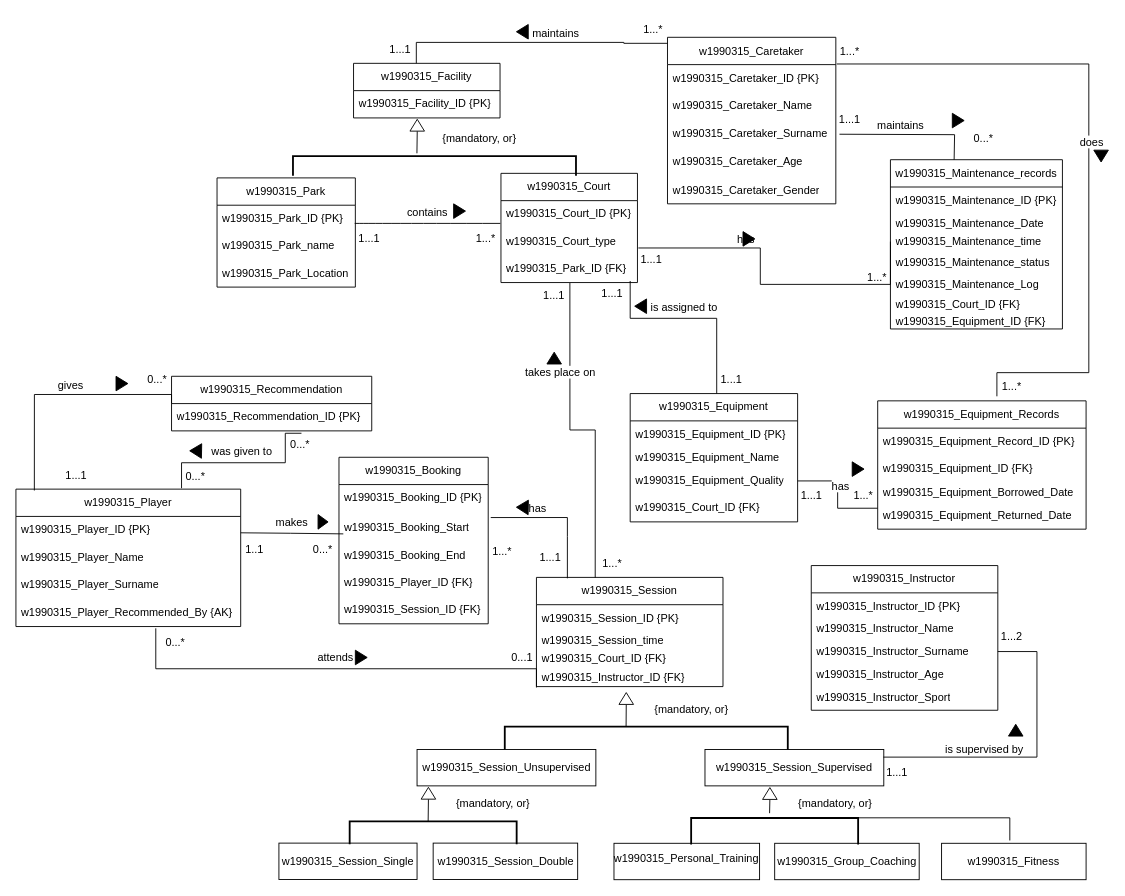
This is page "Strona-1" (1 of 3) of DB_cwk.drawio from frajdzia/DB_cwk, a draw.io file, before an edit. Source tidied: cells renumbered, new cells numbered last; positions are measured from the earlier drawing's top-left corner, leaving out a move shared by most shapes. Both pictures are drawn from the tidied source at 91%, with x=0, y=0 at pixel (15, 15).
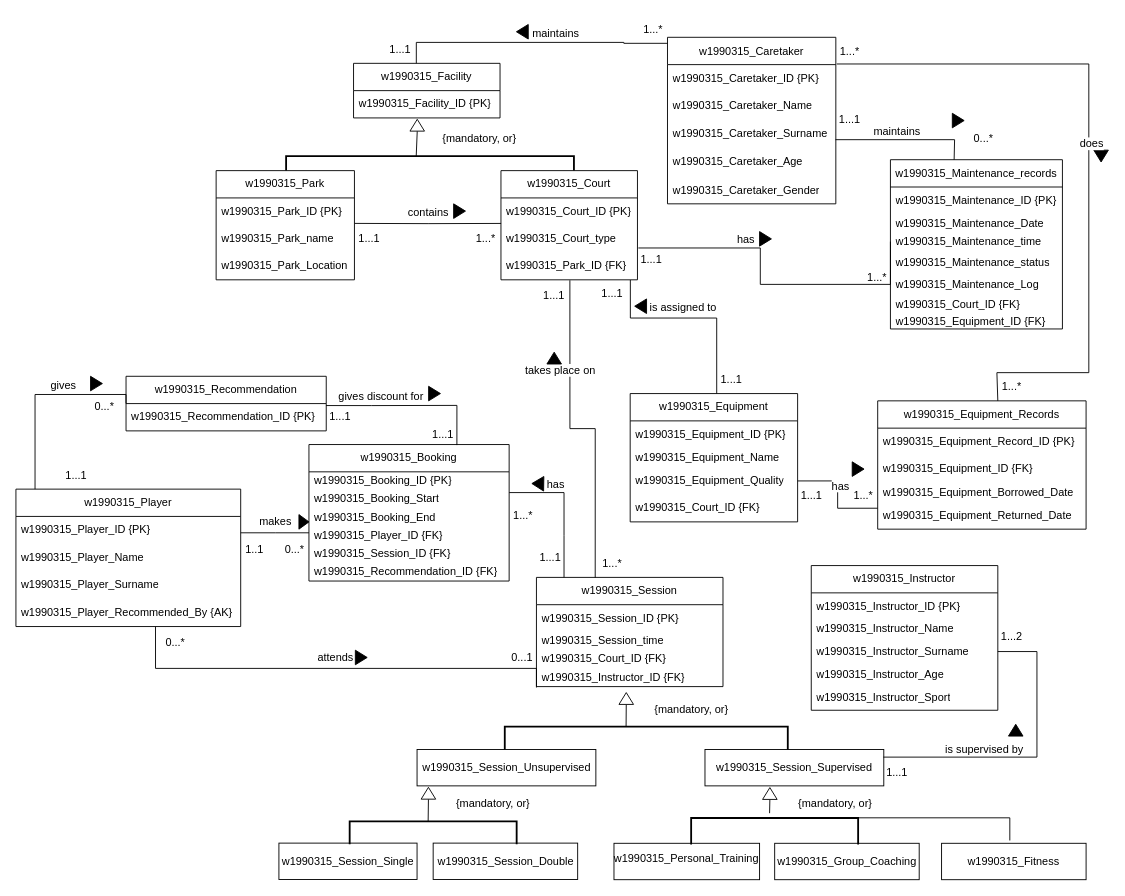
After the change.

Unchanged cells that the change refers to:
```xml
<mxCell id="5" value="&lt;span style=&quot;text-align: center;&quot;&gt;w1990315_&lt;/span&gt;Caretaker_Surname" style="text;strokeColor=none;fillColor=none;align=left;verticalAlign=middle;spacingLeft=4;spacingRight=4;overflow=hidden;points=[[0,0.5],[1,0.5]];portConstraint=eastwest;whiteSpace=wrap;html=1;" parent="2" vertex="1">
  <mxGeometry y="90" width="185" height="30" as="geometry" />
</mxCell>
<mxCell id="9" value="&lt;span style=&quot;text-align: center;&quot;&gt;w1990315_&lt;/span&gt;Court_ID {PK}" style="text;strokeColor=none;fillColor=none;align=left;verticalAlign=middle;spacingLeft=4;spacingRight=4;overflow=hidden;points=[[0,0.5],[1,0.5]];portConstraint=eastwest;whiteSpace=wrap;html=1;" parent="8" vertex="1">
  <mxGeometry y="30" width="150" height="30" as="geometry" />
</mxCell>
<mxCell id="11" value="w1990315_Park_ID {FK}" style="text;strokeColor=none;fillColor=none;align=left;verticalAlign=middle;spacingLeft=4;spacingRight=4;overflow=hidden;points=[[0,0.5],[1,0.5]];portConstraint=eastwest;whiteSpace=wrap;html=1;" parent="8" vertex="1">
  <mxGeometry y="90" width="150" height="30" as="geometry" />
</mxCell>
<mxCell id="22" value="w1990315_Player" style="swimlane;fontStyle=0;horizontal=1;startSize=30;whiteSpace=wrap;html=1;" parent="1" vertex="1">
  <mxGeometry y="520" width="247" height="151" as="geometry" />
</mxCell>
<mxCell id="26" value="&lt;span style=&quot;text-align: center;&quot;&gt;w1990315_&lt;/span&gt;Player_Recommended_By {AK}" style="text;strokeColor=none;fillColor=none;align=left;verticalAlign=middle;spacingLeft=4;spacingRight=4;overflow=hidden;points=[[0,0.5],[1,0.5]];portConstraint=eastwest;whiteSpace=wrap;html=1;" parent="22" vertex="1">
  <mxGeometry y="120" width="247" height="31" as="geometry" />
</mxCell>
<mxCell id="28" value="&lt;span style=&quot;text-align: center;&quot;&gt;w1990315_&lt;/span&gt;Recommendation_ID {PK}" style="text;strokeColor=none;fillColor=none;align=left;verticalAlign=middle;spacingLeft=4;spacingRight=4;overflow=hidden;points=[[0,0.5],[1,0.5]];portConstraint=eastwest;whiteSpace=wrap;html=1;" parent="27" vertex="1">
  <mxGeometry y="30" width="220" height="30" as="geometry" />
</mxCell>
<mxCell id="69" style="triangle;whiteSpace=wrap;html=1;rotation=-90;" parent="1" vertex="1">
  <mxGeometry x="434.5" y="112.1" width="13" height="16" as="geometry" />
</mxCell>
<mxCell id="113" value="1...*" style="text;html=1;align=center;verticalAlign=middle;whiteSpace=wrap;rounded=0;" parent="1" vertex="1">
  <mxGeometry x="1079" y="393" width="31" height="30" as="geometry" />
</mxCell>
```

The edit, as a diff of the source:
```diff
@@
     <mxCell id="8" value="w1990315_Court" style="swimlane;fontStyle=0;horizontal=1;startSize=30;whiteSpace=wrap;html=1;" parent="1" vertex="1">
-      <mxGeometry x="533" y="173" width="150" height="120" as="geometry" />
+      <mxGeometry x="533" y="170" width="150" height="120" as="geometry" />
     </mxCell>
@@
     <mxCell id="27" value="w1990315_Recommendation" style="swimlane;fontStyle=0;horizontal=1;startSize=30;whiteSpace=wrap;html=1;" parent="1" vertex="1">
-      <mxGeometry x="171" y="396" width="220" height="60" as="geometry" />
+      <mxGeometry x="121" y="396" width="220" height="60" as="geometry" />
     </mxCell>
@@
     <mxCell id="29" value="w1990315_Booking" style="swimlane;fontStyle=0;horizontal=1;startSize=30;whiteSpace=wrap;html=1;" parent="1" vertex="1">
-      <mxGeometry x="355" y="485" width="164" height="183" as="geometry" />
+      <mxGeometry x="322" y="471" width="220" height="150" as="geometry" />
     </mxCell>
     <mxCell id="30" value="&lt;span style=&quot;text-align: center;&quot;&gt;w1990315_&lt;/span&gt;Booking_ID {PK}" style="text;strokeColor=none;fillColor=none;align=left;verticalAlign=middle;spacingLeft=4;spacingRight=4;overflow=hidden;whiteSpace=wrap;html=1;" parent="29" vertex="1">
-      <mxGeometry y="30" width="164" height="30" as="geometry" />
+      <mxGeometry y="30" width="220" height="20" as="geometry" />
     </mxCell>
     <mxCell id="31" value="&lt;span style=&quot;text-align: center;&quot;&gt;w1990315_&lt;/span&gt;Booking_Start" style="text;strokeColor=none;fillColor=none;align=left;verticalAlign=middle;spacingLeft=4;spacingRight=4;overflow=hidden;points=[[0,0.5],[1,0.5]];portConstraint=eastwest;whiteSpace=wrap;html=1;" parent="29" vertex="1">
-      <mxGeometry y="60" width="164" height="33" as="geometry" />
+      <mxGeometry y="50" width="220" height="20" as="geometry" />
     </mxCell>
     <mxCell id="32" value="&lt;span style=&quot;text-align: center;&quot;&gt;w1990315_&lt;/span&gt;Booking_End" style="text;strokeColor=none;fillColor=none;align=left;verticalAlign=middle;spacingLeft=4;spacingRight=4;overflow=hidden;whiteSpace=wrap;html=1;" parent="29" vertex="1">
-      <mxGeometry y="93" width="164" height="30" as="geometry" />
+      <mxGeometry y="70" width="220" height="20" as="geometry" />
     </mxCell>
     <mxCell id="33" value="w1990315_Player_ID {FK}" style="text;strokeColor=none;fillColor=none;align=left;verticalAlign=middle;spacingLeft=4;spacingRight=4;overflow=hidden;points=[[0,0.5],[1,0.5]];portConstraint=eastwest;whiteSpace=wrap;html=1;" parent="29" vertex="1">
-      <mxGeometry y="123" width="164" height="30" as="geometry" />
+      <mxGeometry y="90" width="220" height="20" as="geometry" />
     </mxCell>
     <mxCell id="34" value="w1990315_Session_ID {FK}" style="text;strokeColor=none;fillColor=none;align=left;verticalAlign=middle;spacingLeft=4;spacingRight=4;overflow=hidden;whiteSpace=wrap;html=1;" parent="29" vertex="1">
-      <mxGeometry y="153" width="164" height="30" as="geometry" />
+      <mxGeometry y="110" width="220" height="20" as="geometry" />
     </mxCell>
+    <mxCell id="141" value="&lt;span style=&quot;text-align: center;&quot;&gt;w1990315_&lt;/span&gt;Recommendation_ID {FK}" style="text;strokeColor=none;fillColor=none;align=left;verticalAlign=middle;spacingLeft=4;spacingRight=4;overflow=hidden;whiteSpace=wrap;html=1;" parent="29" vertex="1">
+      <mxGeometry y="130" width="220" height="20" as="geometry" />
+    </mxCell>
@@
     <mxCell id="43" value="w1990315_Park" style="swimlane;fontStyle=0;horizontal=1;startSize=30;whiteSpace=wrap;html=1;" parent="1" vertex="1">
-      <mxGeometry x="221" y="178" width="152" height="120" as="geometry" />
+      <mxGeometry x="220" y="170" width="152" height="120" as="geometry" />
     </mxCell>
@@
-    <mxCell id="47" value="contains" style="endArrow=none;html=1;endSize=12;startArrow=none;startSize=14;startFill=0;edgeStyle=orthogonalEdgeStyle;align=center;verticalAlign=bottom;endFill=0;rounded=0;fontSize=12;curved=1;" parent="1" edge="1">
+    <mxCell id="47" value="contains" style="endArrow=none;html=1;endSize=12;startArrow=none;startSize=14;startFill=0;edgeStyle=orthogonalEdgeStyle;align=center;verticalAlign=bottom;endFill=0;rounded=0;fontSize=12;curved=1;entryX=0.001;entryY=0.934;entryDx=0;entryDy=0;entryPerimeter=0;" parent="1" edge="1" target="9">
       <mxGeometry y="3" relative="1" as="geometry">
         <mxPoint x="372.3" y="228" as="sourcePoint" />
-        <mxPoint x="532.3" y="228" as="targetPoint" />
       </mxGeometry>
     </mxCell>
-    <mxCell id="48" value="makes" style="endArrow=none;html=1;endSize=12;startArrow=none;startSize=14;startFill=0;edgeStyle=orthogonalEdgeStyle;align=center;verticalAlign=bottom;endFill=0;rounded=0;fontSize=12;entryX=0.029;entryY=0.733;entryDx=0;entryDy=0;entryPerimeter=0;" parent="1" edge="1" target="31">
+    <mxCell id="48" value="makes" style="endArrow=none;html=1;endSize=12;startArrow=none;startSize=14;startFill=0;edgeStyle=orthogonalEdgeStyle;align=center;verticalAlign=bottom;endFill=0;rounded=0;fontSize=12;entryX=0;entryY=0.35;entryDx=0;entryDy=0;entryPerimeter=0;" parent="1" edge="1" target="33">
       <mxGeometry y="3" relative="1" as="geometry">
         <mxPoint x="247" y="568" as="sourcePoint" />
+        <Array as="points">
+          <mxPoint x="285" y="568" />
+          <mxPoint x="285" y="568" />
+        </Array>
       </mxGeometry>
     </mxCell>
     <mxCell id="49" style="triangle;whiteSpace=wrap;html=1;fillColor=#000000;" parent="1" vertex="1">
-      <mxGeometry x="332" y="548" width="11" height="16" as="geometry" />
+      <mxGeometry x="311" y="548" width="11" height="16" as="geometry" />
     </mxCell>
-    <mxCell id="50" value="attends" style="endArrow=none;html=1;endSize=12;startArrow=none;startSize=14;startFill=0;edgeStyle=orthogonalEdgeStyle;align=center;verticalAlign=bottom;endFill=0;rounded=0;fontSize=12;exitX=0.453;exitY=1.052;exitDx=0;exitDy=0;exitPerimeter=0;" parent="1" edge="1">
+    <mxCell id="50" value="attends" style="endArrow=none;html=1;endSize=12;startArrow=none;startSize=14;startFill=0;edgeStyle=orthogonalEdgeStyle;align=center;verticalAlign=bottom;endFill=0;rounded=0;fontSize=12;exitX=0.621;exitY=1.004;exitDx=0;exitDy=0;exitPerimeter=0;" parent="1" edge="1" source="26">
       <mxGeometry y="3" relative="1" as="geometry">
-        <mxPoint x="153.7" y="673" as="sourcePoint" />
         <mxPoint x="572" y="738" as="targetPoint" />
         <Array as="points">
-          <mxPoint x="154" y="717.4" />
-          <mxPoint x="572" y="717.4" />
+          <mxPoint x="153" y="717" />
+          <mxPoint x="572" y="717" />
         </Array>
       </mxGeometry>
     </mxCell>
@@
-    <mxCell id="53" value="maintains" style="endArrow=none;html=1;endSize=12;startArrow=none;startSize=14;startFill=0;edgeStyle=orthogonalEdgeStyle;align=center;verticalAlign=bottom;endFill=0;rounded=0;fontSize=12;" parent="1" edge="1">
+    <mxCell id="53" value="maintains" style="endArrow=none;html=1;endSize=12;startArrow=none;startSize=14;startFill=0;edgeStyle=orthogonalEdgeStyle;align=center;verticalAlign=bottom;endFill=0;rounded=0;fontSize=12;exitX=0.998;exitY=0.75;exitDx=0;exitDy=0;exitPerimeter=0;" parent="1" edge="1" source="5">
       <mxGeometry x="-0.13" relative="1" as="geometry">
-        <mxPoint x="905" y="130" as="sourcePoint" />
         <mxPoint x="1031" y="158" as="targetPoint" />
       </mxGeometry>
     </mxCell>
-    <mxCell id="54" value="is assigned to" style="endArrow=none;html=1;endSize=12;startArrow=none;startSize=14;startFill=0;edgeStyle=orthogonalEdgeStyle;align=center;verticalAlign=bottom;endFill=0;rounded=0;fontSize=12;entryX=-0.094;entryY=0.855;entryDx=0;entryDy=0;entryPerimeter=0;" parent="1" edge="1">
+    <mxCell id="54" value="is assigned to" style="endArrow=none;html=1;endSize=12;startArrow=none;startSize=14;startFill=0;edgeStyle=orthogonalEdgeStyle;align=center;verticalAlign=bottom;endFill=0;rounded=0;fontSize=12;entryX=-0.094;entryY=0.855;entryDx=0;entryDy=0;entryPerimeter=0;exitX=0.948;exitY=1.006;exitDx=0;exitDy=0;exitPerimeter=0;" parent="1" edge="1" source="11">
       <mxGeometry x="-0.09" y="2" relative="1" as="geometry">
-        <mxPoint x="675" y="291.3" as="sourcePoint" />
         <mxPoint x="770.1" y="414.9" as="targetPoint" />
         <Array as="points">
-          <mxPoint x="675" y="332.3" />
-          <mxPoint x="771" y="332.3" />
-          <mxPoint x="771" y="415.3" />
+          <mxPoint x="675" y="332" />
+          <mxPoint x="771" y="332" />
+          <mxPoint x="771" y="415" />
         </Array>
       </mxGeometry>
     </mxCell>
@@
     <mxCell id="56" style="triangle;whiteSpace=wrap;html=1;fillColor=#000000;" parent="1" vertex="1">
-      <mxGeometry x="799" y="237" width="13" height="16" as="geometry" />
+      <mxGeometry x="817.2" y="237" width="13" height="16" as="geometry" />
     </mxCell>
@@
-    <mxCell id="59" value="has" style="endArrow=none;html=1;endSize=12;startArrow=none;startSize=14;startFill=0;edgeStyle=orthogonalEdgeStyle;align=center;verticalAlign=bottom;endFill=0;rounded=0;fontSize=12;exitX=1.017;exitY=0.189;exitDx=0;exitDy=0;exitPerimeter=0;" parent="1" edge="1" source="31">
+    <mxCell id="59" value="has" style="endArrow=none;html=1;endSize=12;startArrow=none;startSize=14;startFill=0;edgeStyle=orthogonalEdgeStyle;align=center;verticalAlign=bottom;endFill=0;rounded=0;fontSize=12;exitX=1.017;exitY=0.189;exitDx=0;exitDy=0;exitPerimeter=0;" parent="1" edge="1">
       <mxGeometry x="-0.33" relative="1" as="geometry">
-        <mxPoint x="606" y="618" as="targetPoint" />
+        <mxPoint x="542" y="523.8" as="sourcePoint" />
+        <mxPoint x="602.3" y="617" as="targetPoint" />
         <Array as="points">
-          <mxPoint x="606" y="572" />
-          <mxPoint x="606" y="671" />
+          <mxPoint x="602.3" y="571" />
+          <mxPoint x="602.3" y="670" />
         </Array>
       </mxGeometry>
     </mxCell>
     <mxCell id="60" style="triangle;whiteSpace=wrap;html=1;fillColor=#000000;rotation=-179;" parent="1" vertex="1">
-      <mxGeometry x="550" y="532" width="13" height="16" as="geometry" />
+      <mxGeometry x="567" y="506" width="13" height="16" as="geometry" />
     </mxCell>
     <mxCell id="61" style="strokeWidth=2;html=1;shape=mxgraph.flowchart.annotation_1;align=left;rotation=90;" parent="1" vertex="1">
-      <mxGeometry x="449.2" y="9.4" width="21.5" height="311" as="geometry" />
+      <mxGeometry x="447.2" y="3.8" width="15.7" height="316.3" as="geometry" />
     </mxCell>
@@
-    <mxCell id="68" style="endArrow=none;html=1;rounded=0;exitX=-0.149;exitY=0.562;exitDx=0;exitDy=0;exitPerimeter=0;entryX=0;entryY=0.5;entryDx=0;entryDy=0;" parent="1" edge="1" source="61" target="69">
+    <mxCell id="68" style="endArrow=none;html=1;rounded=0;exitX=0.006;exitY=0.548;exitDx=0;exitDy=0;exitPerimeter=0;entryX=0;entryY=0.5;entryDx=0;entryDy=0;" parent="1" edge="1" source="61" target="69">
       <mxGeometry relative="1" as="geometry" />
     </mxCell>
@@
-    <mxCell id="73" value="gives" style="endArrow=none;html=1;endSize=12;startArrow=none;startSize=14;startFill=0;edgeStyle=orthogonalEdgeStyle;align=center;verticalAlign=bottom;endFill=0;rounded=0;fontSize=12;exitX=0.082;exitY=0.01;exitDx=0;exitDy=0;entryX=0;entryY=0;entryDx=0;entryDy=0;entryPerimeter=0;exitPerimeter=0;" parent="1" edge="1" source="22" target="28">
-      <mxGeometry x="0.09" relative="1" as="geometry" />
+    <mxCell id="73" value="gives" style="endArrow=none;html=1;endSize=12;startArrow=none;startSize=14;startFill=0;edgeStyle=orthogonalEdgeStyle;align=center;verticalAlign=bottom;endFill=0;rounded=0;fontSize=12;entryX=0;entryY=0;entryDx=0;entryDy=0;entryPerimeter=0;exitX=0.085;exitY=0;exitDx=0;exitDy=0;exitPerimeter=0;" parent="1" edge="1" source="22" target="28">
+      <mxGeometry x="0.26" relative="1" as="geometry" />
     </mxCell>
     <mxCell id="74" style="triangle;whiteSpace=wrap;html=1;fillColor=#000000;" parent="1" vertex="1">
-      <mxGeometry x="110" y="396" width="13" height="16" as="geometry" />
+      <mxGeometry x="82" y="396" width="13" height="16" as="geometry" />
     </mxCell>
-    <mxCell id="75" value="was given to" style="endArrow=none;html=1;endSize=12;startArrow=none;startSize=14;startFill=0;edgeStyle=orthogonalEdgeStyle;align=center;verticalAlign=bottom;endFill=0;rounded=0;fontSize=12;exitX=0.649;exitY=1.087;exitDx=0;exitDy=0;exitPerimeter=0;" parent="1" edge="1" source="28">
-      <mxGeometry x="0.02" y="-3" relative="1" as="geometry">
-        <mxPoint x="182" y="519" as="targetPoint" />
-        <Array as="points">
-          <mxPoint x="296" y="491" />
-          <mxPoint x="182" y="491" />
-        </Array>
-      </mxGeometry>
-    </mxCell>
@@
-    <mxCell id="81" style="triangle;whiteSpace=wrap;html=1;fillColor=#000000;rotation=-179;" parent="1" vertex="1">
-      <mxGeometry x="191" y="470" width="13" height="16" as="geometry" />
-    </mxCell>
-    <mxCell id="82" style="edgeStyle=orthogonalEdgeStyle;rounded=0;orthogonalLoop=1;jettySize=auto;html=1;exitX=0;exitY=0.5;exitDx=0;exitDy=0;entryX=1;entryY=0.5;entryDx=0;entryDy=0;" parent="1" edge="1" source="81" target="81">
-      <mxGeometry relative="1" as="geometry" />
-    </mxCell>
-    <mxCell id="83" value="does" style="endArrow=none;html=1;endSize=12;startArrow=none;startSize=14;startFill=0;edgeStyle=orthogonalEdgeStyle;align=center;verticalAlign=bottom;endFill=0;rounded=0;fontSize=12;exitX=1.005;exitY=0.12;exitDx=0;exitDy=0;exitPerimeter=0;" parent="1" edge="1">
+    <mxCell id="83" value="does" style="endArrow=none;html=1;endSize=12;startArrow=none;startSize=14;startFill=0;edgeStyle=orthogonalEdgeStyle;align=center;verticalAlign=bottom;endFill=0;rounded=0;fontSize=12;exitX=1.005;exitY=0.12;exitDx=0;exitDy=0;exitPerimeter=0;entryX=0;entryY=1;entryDx=0;entryDy=0;" parent="1" edge="1" target="113">
       <mxGeometry y="3" relative="1" as="geometry">
         <mxPoint x="902" y="52.8" as="sourcePoint" />
-        <mxPoint x="1078" y="418" as="targetPoint" />
         <Array as="points">
           <mxPoint x="1179" y="53" />
           <mxPoint x="1179" y="392" />
           <mxPoint x="1078" y="392" />
+          <mxPoint x="1078" y="423" />
         </Array>
       </mxGeometry>
     </mxCell>
@@
     <mxCell id="96" value="1...*" style="text;html=1;align=center;verticalAlign=middle;whiteSpace=wrap;rounded=0;" parent="1" vertex="1">
-      <mxGeometry x="519" y="574" width="31" height="30" as="geometry" />
+      <mxGeometry x="542" y="534" width="31" height="30" as="geometry" />
     </mxCell>
@@
     <mxCell id="100" value="0...*" style="text;html=1;align=center;verticalAlign=middle;whiteSpace=wrap;rounded=0;" parent="1" vertex="1">
-      <mxGeometry x="322" y="572" width="31" height="30" as="geometry" />
+      <mxGeometry x="291" y="572" width="31" height="30" as="geometry" />
     </mxCell>
-    <mxCell id="101" value="0...*" style="text;html=1;align=center;verticalAlign=middle;whiteSpace=wrap;rounded=0;" parent="1" vertex="1">
-      <mxGeometry x="182" y="491" width="31" height="30" as="geometry" />
-    </mxCell>
-    <mxCell id="102" value="0...*" style="text;html=1;align=center;verticalAlign=middle;whiteSpace=wrap;rounded=0;" parent="1" vertex="1">
-      <mxGeometry x="297" y="455.5" width="31" height="30" as="geometry" />
-    </mxCell>
     <mxCell id="103" value="0...*" style="text;html=1;align=center;verticalAlign=middle;whiteSpace=wrap;rounded=0;" parent="1" vertex="1">
-      <mxGeometry x="140" y="385" width="31" height="30" as="geometry" />
+      <mxGeometry x="82" y="415" width="31" height="30" as="geometry" />
     </mxCell>
@@
+    <mxCell id="142" value="gives discount for" style="endArrow=none;html=1;endSize=12;startArrow=none;startSize=14;startFill=0;edgeStyle=orthogonalEdgeStyle;align=center;verticalAlign=bottom;endFill=0;rounded=0;fontSize=12;entryX=0.739;entryY=0.004;entryDx=0;entryDy=0;entryPerimeter=0;exitX=0.999;exitY=0.072;exitDx=0;exitDy=0;exitPerimeter=0;" parent="1" edge="1" source="28" target="29">
+      <mxGeometry x="-0.36" relative="1" as="geometry">
+        <Array as="points">
+          <mxPoint x="391" y="428" />
+          <mxPoint x="485" y="428" />
+        </Array>
+      </mxGeometry>
+    </mxCell>
+    <mxCell id="143" style="triangle;whiteSpace=wrap;html=1;fillColor=#000000;" parent="1" vertex="1">
+      <mxGeometry x="453.5" y="407" width="13" height="16" as="geometry" />
+    </mxCell>
+    <mxCell id="144" value="1...1" style="text;html=1;align=center;verticalAlign=middle;whiteSpace=wrap;rounded=0;" parent="1" vertex="1">
+      <mxGeometry x="341" y="426" width="31" height="30" as="geometry" />
+    </mxCell>
+    <mxCell id="145" value="1...1" style="text;html=1;align=center;verticalAlign=middle;whiteSpace=wrap;rounded=0;" parent="1" vertex="1">
+      <mxGeometry x="453.5" y="445" width="31" height="30" as="geometry" />
+    </mxCell>
```
